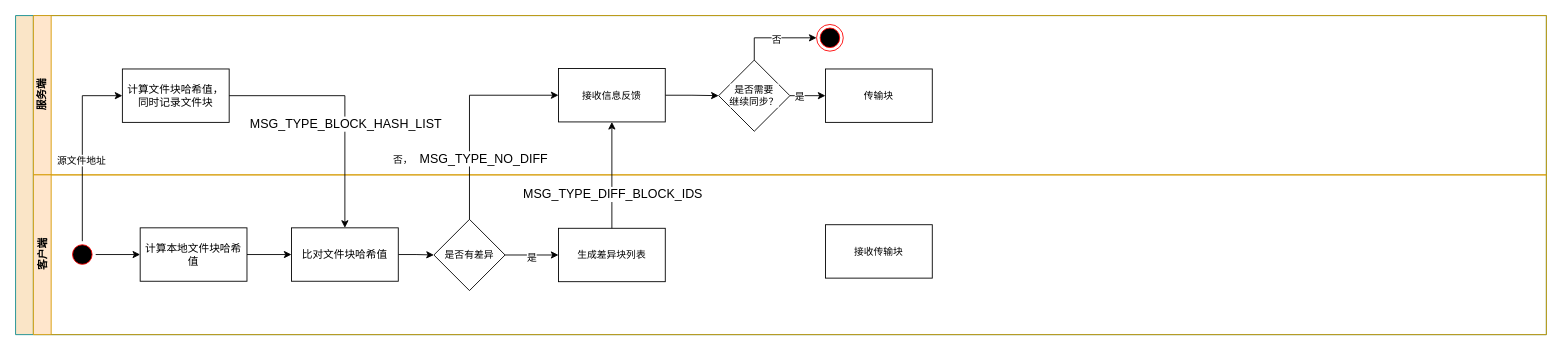
ndsoi/miniprograms keeps this draw.io diagram as page "第 4 页" (4 of 5) of 未命名绘图.drawio. Above is the earlier version. Source tidied: cells renumbered, new cells numbered last; positions are measured from the earlier drawing's top-left corner, leaving out a move shared by most shapes. Both pictures are drawn from the tidied source at 89%, with x=0, y=0 at pixel (15, 15).
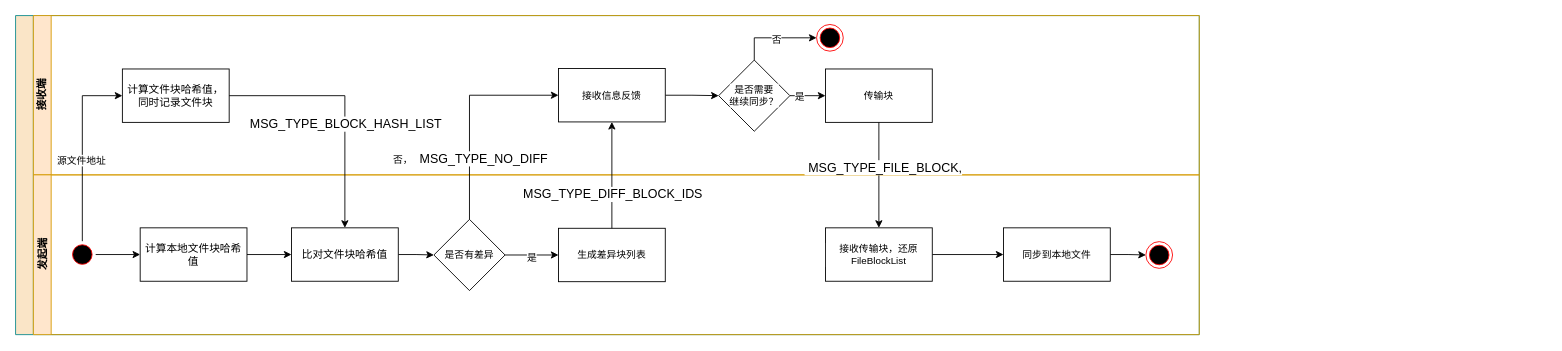
Above is the later version.

Commit message:
更新未命名绘图.drawio

Unchanged cells that the change refers to:
```xml
<mxCell id="13" value="传输块" style="rounded=0;whiteSpace=wrap;html=1;fontFamily=Helvetica;fontSize=11;fontColor=default;labelBackgroundColor=default;" parent="3" vertex="1">
  <mxGeometry x="890" y="60" width="120" height="60" as="geometry" />
</mxCell>
```

The edit, as a diff of the source:
```diff
@@
     <mxCell id="2" style="swimlane;html=1;horizontal=0;startSize=20;labelBackgroundColor=none;fillColor=#FAE5C7;strokeColor=#0F8B8D;fontColor=#143642;flipV=1;" parent="1" vertex="1">
-      <mxGeometry width="1720" height="358.5" as="geometry" />
+      <mxGeometry width="1330" height="358.5" as="geometry" />
     </mxCell>
-    <mxCell id="3" value="服务端" style="swimlane;html=1;startSize=20;horizontal=0;labelBackgroundColor=none;fillColor=#ffe6cc;strokeColor=#d79b00;" parent="2" vertex="1">
-      <mxGeometry x="20" width="1700" height="179" as="geometry" />
+    <mxCell id="3" value="接收端" style="swimlane;html=1;startSize=20;horizontal=0;labelBackgroundColor=none;fillColor=#ffe6cc;strokeColor=#d79b00;" parent="2" vertex="1">
+      <mxGeometry x="20" width="1310" height="179" as="geometry" />
     </mxCell>
@@
-    <mxCell id="14" value="客户端" style="swimlane;html=1;startSize=20;horizontal=0;labelBackgroundColor=none;fillColor=#ffe6cc;strokeColor=#d79b00;" parent="2" vertex="1">
-      <mxGeometry x="20" y="179" width="1700" height="179.5" as="geometry" />
+    <mxCell id="14" value="发起端" style="swimlane;html=1;startSize=20;horizontal=0;labelBackgroundColor=none;fillColor=#ffe6cc;strokeColor=#d79b00;" parent="2" vertex="1">
+      <mxGeometry x="20" y="179" width="1310" height="179.5" as="geometry" />
     </mxCell>
@@
+    <mxCell id="34" style="edgeStyle=orthogonalEdgeStyle;shape=connector;rounded=0;jettySize=auto;html=1;strokeColor=default;align=center;verticalAlign=middle;fontFamily=Helvetica;fontSize=11;fontColor=default;labelBackgroundColor=default;endArrow=classic;endFill=1;" parent="14" edge="1" source="25" target="36">
+      <mxGeometry relative="1" as="geometry" />
+    </mxCell>
-    <mxCell id="25" value="接收传输块" style="rounded=0;whiteSpace=wrap;html=1;fontFamily=Helvetica;fontSize=11;fontColor=default;labelBackgroundColor=default;" parent="14" vertex="1">
-      <mxGeometry x="890" y="56" width="120" height="60" as="geometry" />
+    <mxCell id="25" value="接收传输块，还原FileBlockList" style="rounded=0;whiteSpace=wrap;html=1;fontFamily=Helvetica;fontSize=11;fontColor=default;labelBackgroundColor=default;" parent="14" vertex="1">
+      <mxGeometry x="890" y="59.5" width="120" height="60" as="geometry" />
     </mxCell>
+    <mxCell id="35" style="edgeStyle=orthogonalEdgeStyle;shape=connector;rounded=0;jettySize=auto;html=1;exitX=1;exitY=0.5;exitDx=0;exitDy=0;entryX=0;entryY=0.5;entryDx=0;entryDy=0;strokeColor=default;align=center;verticalAlign=middle;fontFamily=Helvetica;fontSize=11;fontColor=default;labelBackgroundColor=default;endArrow=classic;endFill=1;" parent="14" edge="1" source="36" target="37">
+      <mxGeometry relative="1" as="geometry" />
+    </mxCell>
+    <mxCell id="36" value="同步到本地文件" style="rounded=0;whiteSpace=wrap;html=1;fontFamily=Helvetica;fontSize=11;fontColor=default;labelBackgroundColor=default;" parent="14" vertex="1">
+      <mxGeometry x="1090" y="59.5" width="120" height="60" as="geometry" />
+    </mxCell>
+    <mxCell id="37" style="ellipse;html=1;shape=endState;fillColor=#000000;strokeColor=#ff0000;fontFamily=Helvetica;fontSize=11;fontColor=default;labelBackgroundColor=default;" parent="14" vertex="1">
+      <mxGeometry x="1250" y="75" width="30" height="30" as="geometry" />
+    </mxCell>
@@
+    <mxCell id="38" style="edgeStyle=orthogonalEdgeStyle;rounded=0;jettySize=auto;html=1;exitX=0.5;exitY=1;exitDx=0;exitDy=0;entryX=0.5;entryY=0;entryDx=0;entryDy=0;strokeColor=default;align=center;verticalAlign=middle;fontFamily=Helvetica;fontSize=11;fontColor=default;labelBackgroundColor=default;endArrow=classic;endFill=1;" parent="2" edge="1" source="13" target="25">
+      <mxGeometry relative="1" as="geometry" />
+    </mxCell>
+    <mxCell id="39" value="&lt;span style=&quot;mso-spacerun:'yes';font-family:Calibri;mso-fareast-font-family:宋体;&lt;br/&gt;mso-bidi-font-family:Arial;font-size:10.5000pt;mso-font-kerning:1.0000pt;&quot;&gt;&amp;nbsp;MSG_TYPE_FILE_BLOCK,&lt;/span&gt;" style="edgeLabel;html=1;align=center;verticalAlign=middle;fontFamily=Helvetica;fontSize=11;fontColor=default;labelBackgroundColor=default;" parent="38" vertex="1">
+      <mxGeometry x="-0.16" y="4" relative="1" as="geometry" />
+    </mxCell>
```
